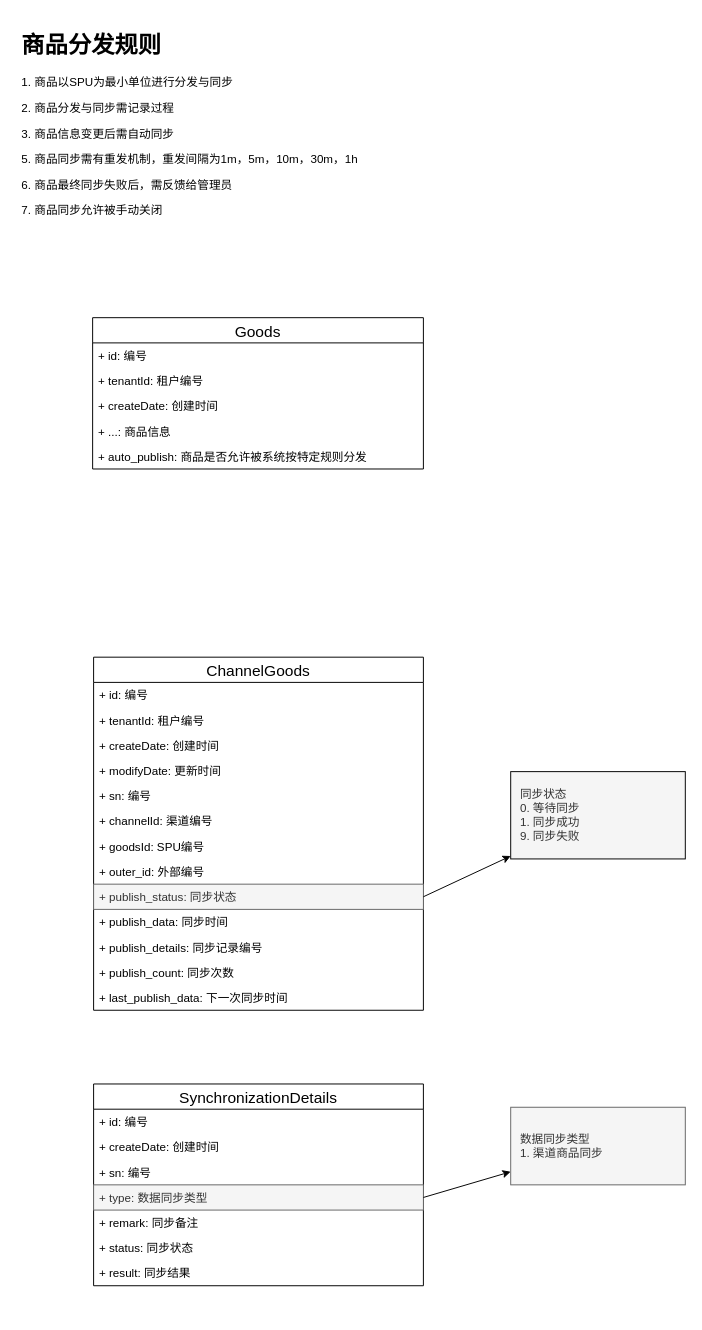
This is AMS商品异步同步流程.drawio from lycwukang/diagrams, a draw.io file, before an edit. Source tidied: cells renumbered, new cells numbered last; positions are measured from the earlier drawing's top-left corner, leaving out a move shared by most shapes. Both pictures are drawn from the tidied source at 97%, with x=0, y=0 at pixel (16, 26).
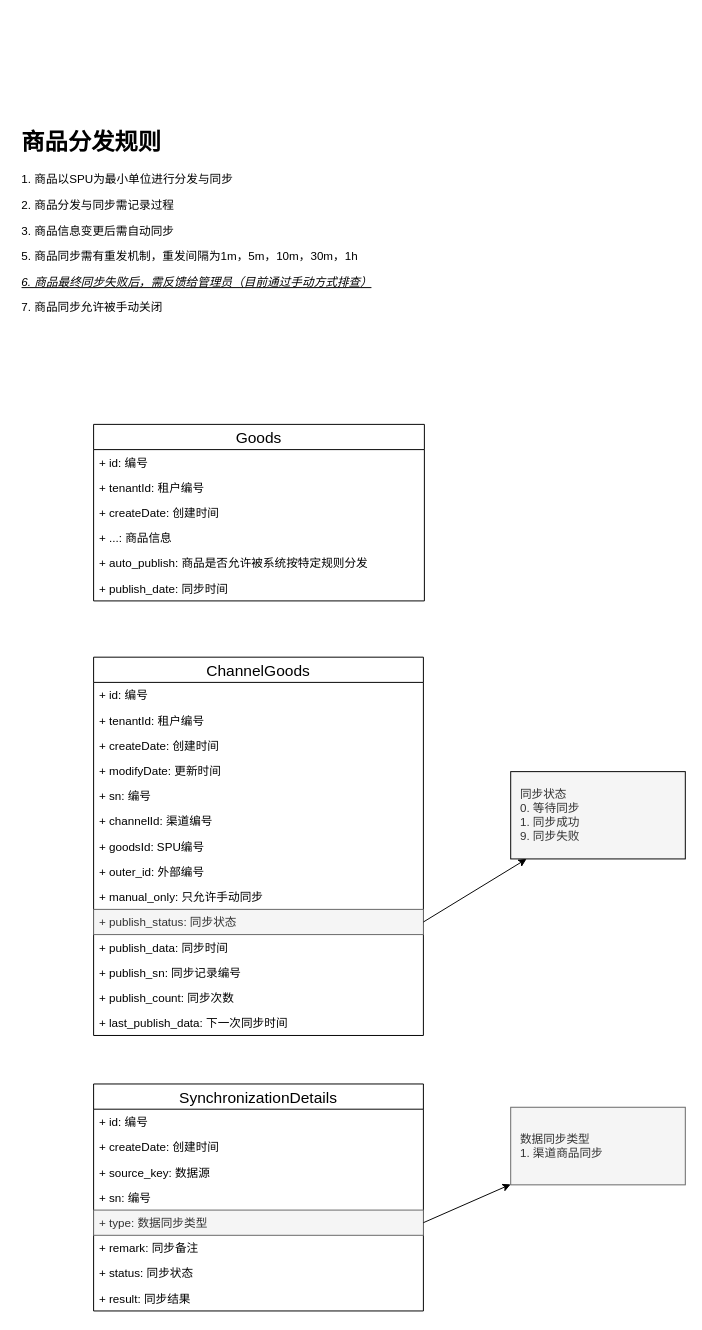
The same diagram, later.

Commit message:
更新AMS商品异步同步流程.drawio

Change to the diagram source:
```diff
@@
-    <mxCell id="2" value="&lt;h1&gt;商品分发规则&lt;/h1&gt;&lt;p&gt;1. 商品以SPU为最小单位进行分发与同步&lt;/p&gt;&lt;p&gt;2. 商品分发与同步需记录过程&lt;/p&gt;&lt;p&gt;3. 商品信息变更后需自动同步&lt;/p&gt;&lt;p&gt;5. 商品同步需有重发机制，重发间隔为1m，5m，10m，30m，1h&lt;/p&gt;&lt;p&gt;6. 商品最终同步失败后，需反馈给管理员&lt;/p&gt;&lt;p&gt;7. 商品同步允许被手动关闭&lt;/p&gt;" style="text;html=1;strokeColor=none;fillColor=none;spacing=5;spacingTop=-20;whiteSpace=wrap;overflow=hidden;rounded=0;" parent="1" vertex="1">
-      <mxGeometry width="420" height="210" as="geometry" />
+    <mxCell id="2" value="&lt;h1&gt;商品分发规则&lt;/h1&gt;&lt;p&gt;1. 商品以SPU为最小单位进行分发与同步&lt;/p&gt;&lt;p&gt;2. 商品分发与同步需记录过程&lt;/p&gt;&lt;p&gt;3. 商品信息变更后需自动同步&lt;/p&gt;&lt;p&gt;5. 商品同步需有重发机制，重发间隔为1m，5m，10m，30m，1h&lt;/p&gt;&lt;p&gt;&lt;i&gt;&lt;u&gt;6. 商品最终同步失败后，需反馈给管理员（目前通过手动方式排查）&lt;/u&gt;&lt;/i&gt;&lt;/p&gt;&lt;p&gt;7. 商品同步允许被手动关闭&lt;/p&gt;" style="text;html=1;strokeColor=none;fillColor=none;spacing=5;spacingTop=-20;whiteSpace=wrap;overflow=hidden;rounded=0;" parent="1" vertex="1">
+      <mxGeometry y="100" width="420" height="210" as="geometry" />
     </mxCell>
     <mxCell id="3" value="ChannelGoods" style="swimlane;fontStyle=0;horizontal=1;startSize=26;fillColor=none;fontSize=16;" parent="1" vertex="1">
-      <mxGeometry x="79" y="650" width="340" height="364" as="geometry" />
+      <mxGeometry x="79" y="650" width="340" height="390" as="geometry" />
     </mxCell>
@@
+    <mxCell id="35" value="+ manual_only: 只允许手动同步" style="text;strokeColor=none;fillColor=none;align=left;verticalAlign=top;spacingLeft=4;spacingRight=4;overflow=hidden;" parent="3" vertex="1">
+      <mxGeometry y="234" width="340" height="26" as="geometry" />
+    </mxCell>
     <mxCell id="12" value="+ publish_status: 同步状态" style="text;strokeColor=#666666;fillColor=#f5f5f5;align=left;verticalAlign=top;spacingLeft=4;spacingRight=4;overflow=hidden;points=[[0,0.5],[1,0.5]];portConstraint=eastwest;fontColor=#333333;" parent="3" vertex="1">
-      <mxGeometry y="234" width="340" height="26" as="geometry" />
+      <mxGeometry y="260" width="340" height="26" as="geometry" />
     </mxCell>
     <mxCell id="13" value="+ publish_data: 同步时间" style="text;strokeColor=none;fillColor=none;align=left;verticalAlign=top;spacingLeft=4;spacingRight=4;overflow=hidden;" parent="3" vertex="1">
-      <mxGeometry y="260" width="340" height="26" as="geometry" />
+      <mxGeometry y="286" width="340" height="26" as="geometry" />
     </mxCell>
-    <mxCell id="14" value="+ publish_details: 同步记录编号" style="text;strokeColor=none;fillColor=none;align=left;verticalAlign=top;spacingLeft=4;spacingRight=4;overflow=hidden;" parent="3" vertex="1">
-      <mxGeometry y="286" width="340" height="26" as="geometry" />
+    <mxCell id="14" value="+ publish_sn: 同步记录编号" style="text;strokeColor=none;fillColor=none;align=left;verticalAlign=top;spacingLeft=4;spacingRight=4;overflow=hidden;" parent="3" vertex="1">
+      <mxGeometry y="312" width="340" height="26" as="geometry" />
     </mxCell>
     <mxCell id="15" value="+ publish_count: 同步次数" style="text;strokeColor=none;fillColor=none;align=left;verticalAlign=top;spacingLeft=4;spacingRight=4;overflow=hidden;" parent="3" vertex="1">
-      <mxGeometry y="312" width="340" height="26" as="geometry" />
+      <mxGeometry y="338" width="340" height="26" as="geometry" />
     </mxCell>
     <mxCell id="16" value="+ last_publish_data: 下一次同步时间" style="text;strokeColor=none;fillColor=none;align=left;verticalAlign=top;spacingLeft=4;spacingRight=4;overflow=hidden;" parent="3" vertex="1">
-      <mxGeometry y="338" width="340" height="26" as="geometry" />
+      <mxGeometry y="364" width="340" height="26" as="geometry" />
     </mxCell>
@@
     <mxCell id="19" value="SynchronizationDetails" style="swimlane;fontStyle=0;horizontal=1;startSize=26;fillColor=none;strokeColor=#000000;fontSize=16;" parent="1" vertex="1">
-      <mxGeometry x="79" y="1090" width="340" height="208" as="geometry" />
+      <mxGeometry x="79" y="1090" width="340" height="234" as="geometry" />
     </mxCell>
@@
+    <mxCell id="36" value="+ source_key: 数据源" style="text;strokeColor=none;fillColor=none;align=left;verticalAlign=top;spacingLeft=4;spacingRight=4;overflow=hidden;" parent="19" vertex="1">
+      <mxGeometry y="78" width="340" height="26" as="geometry" />
+    </mxCell>
     <mxCell id="22" value="+ sn: 编号" style="text;strokeColor=none;fillColor=none;align=left;verticalAlign=top;spacingLeft=4;spacingRight=4;overflow=hidden;" parent="19" vertex="1">
-      <mxGeometry y="78" width="340" height="26" as="geometry" />
+      <mxGeometry y="104" width="340" height="26" as="geometry" />
     </mxCell>
     <mxCell id="23" value="+ type: 数据同步类型" style="text;strokeColor=#666666;fillColor=#f5f5f5;align=left;verticalAlign=top;spacingLeft=4;spacingRight=4;overflow=hidden;points=[[0,0.5],[1,0.5]];portConstraint=eastwest;fontColor=#333333;" parent="19" vertex="1">
-      <mxGeometry y="104" width="340" height="26" as="geometry" />
+      <mxGeometry y="130" width="340" height="26" as="geometry" />
     </mxCell>
     <mxCell id="24" value="+ remark: 同步备注" style="text;strokeColor=none;fillColor=none;align=left;verticalAlign=top;spacingLeft=4;spacingRight=4;overflow=hidden;" parent="19" vertex="1">
-      <mxGeometry y="130" width="340" height="26" as="geometry" />
+      <mxGeometry y="156" width="340" height="26" as="geometry" />
     </mxCell>
     <mxCell id="25" value="+ status: 同步状态" style="text;strokeColor=none;fillColor=none;align=left;verticalAlign=top;spacingLeft=4;spacingRight=4;overflow=hidden;" parent="19" vertex="1">
-      <mxGeometry y="156" width="340" height="26" as="geometry" />
+      <mxGeometry y="182" width="340" height="26" as="geometry" />
     </mxCell>
     <mxCell id="26" value="+ result: 同步结果" style="text;strokeColor=none;fillColor=none;align=left;verticalAlign=top;spacingLeft=4;spacingRight=4;overflow=hidden;" parent="19" vertex="1">
-      <mxGeometry y="182" width="340" height="26" as="geometry" />
+      <mxGeometry y="208" width="340" height="26" as="geometry" />
     </mxCell>
@@
     <mxCell id="29" value="Goods" style="swimlane;fontStyle=0;horizontal=1;startSize=26;fillColor=none;labelBackgroundColor=none;strokeColor=#000000;strokeWidth=1;fontSize=16;html=0;" parent="1" vertex="1">
-      <mxGeometry x="78" y="300" width="341" height="156" as="geometry" />
+      <mxGeometry x="79" y="410" width="341" height="182" as="geometry" />
     </mxCell>
@@
+    <mxCell id="37" value="+ publish_date: 同步时间" style="text;strokeColor=none;fillColor=none;align=left;verticalAlign=top;spacingLeft=4;spacingRight=4;overflow=hidden;" parent="29" vertex="1">
+      <mxGeometry y="156" width="341" height="26" as="geometry" />
+    </mxCell>
```
